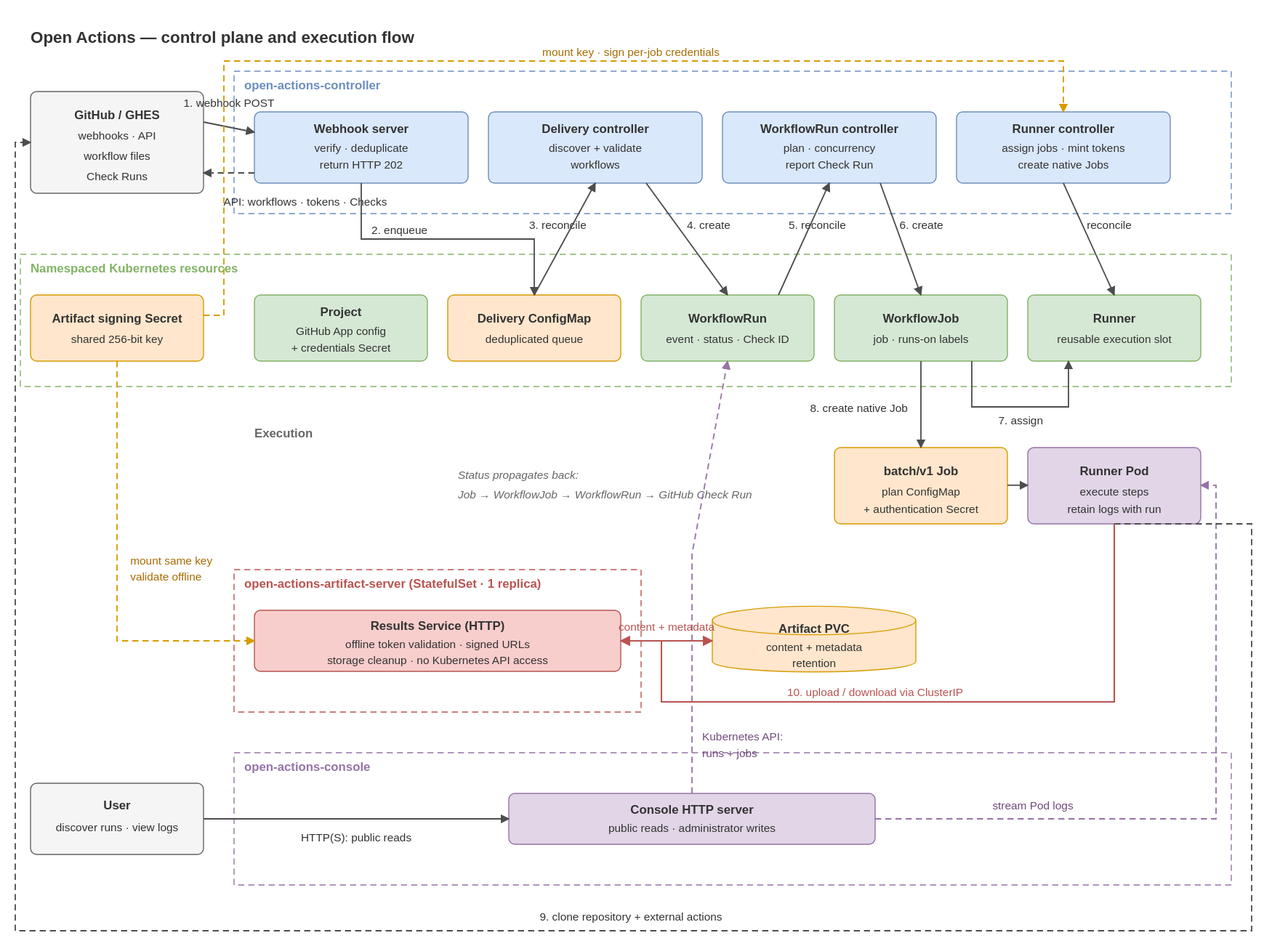
kelos-dev/open-actions keeps this draw.io diagram as docs/architecture.drawio.svg. Above is the earlier version. Source tidied: cells renumbered, new cells last; positions are measured from the earlier drawing's top-left corner, leaving out a move shared by most shapes.
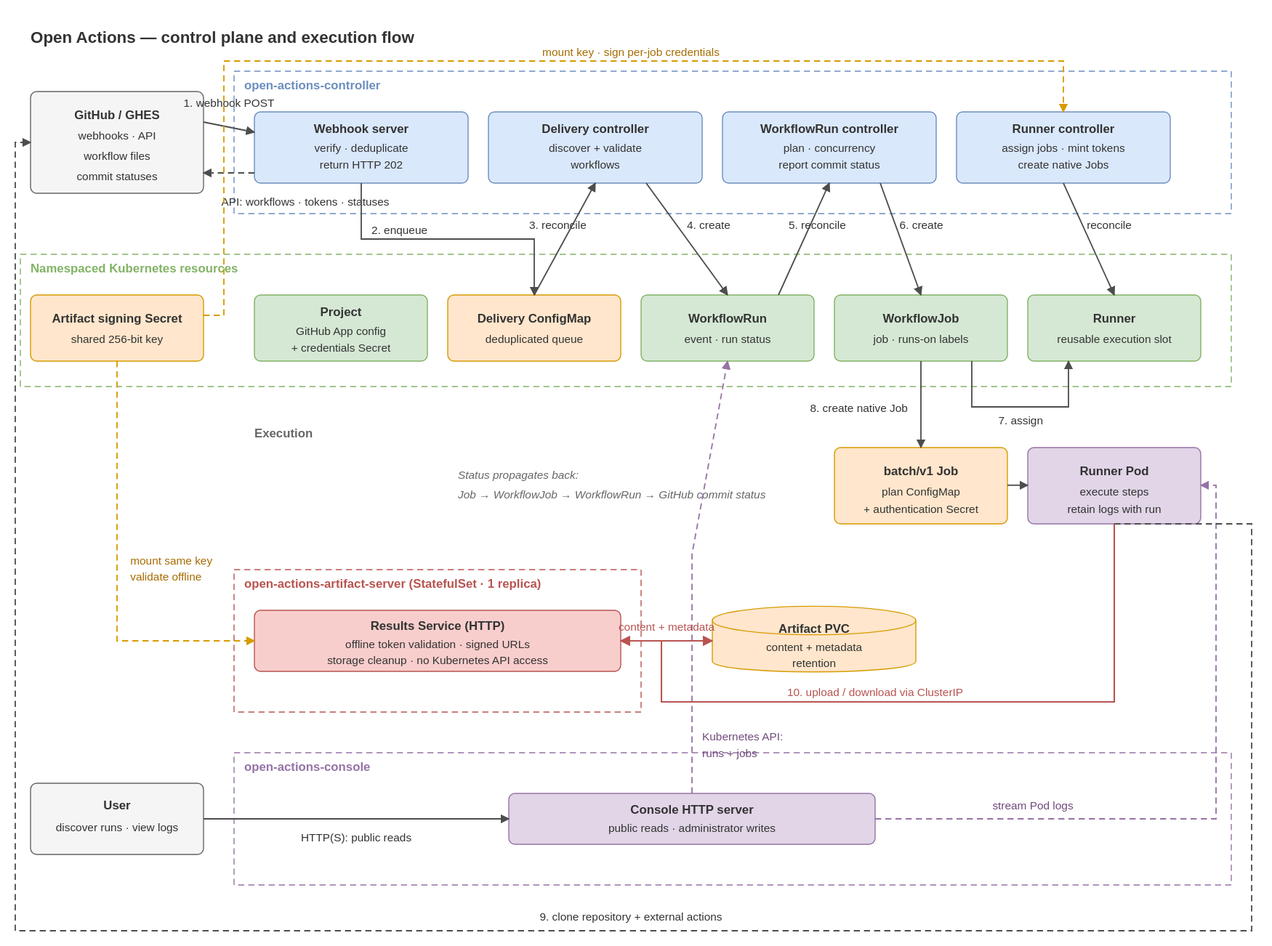
The same diagram one commit later.

Change to the diagram source:
```diff
@@ -17,7 +17,7 @@
     <mxCell id="6" value="open-actions-console" style="rounded=0;html=1;fillColor=none;strokeColor=#9673A6;dashed=1;verticalAlign=top;align=left;spacingLeft=8;spacingTop=2;fontStyle=1;fontColor=#9673A6;" parent="1" vertex="1">
       <mxGeometry x="210" y="720" width="980" height="130" as="geometry" />
     </mxCell>
-    <mxCell id="7" value="&lt;b&gt;GitHub / GHES&lt;/b&gt;&lt;br&gt;webhooks · API&lt;br&gt;workflow files · Check Runs" style="rounded=1;whiteSpace=wrap;html=1;fillColor=#F5F5F5;strokeColor=#666666;fontColor=#333333;fontSize=11;" parent="1" vertex="1">
+    <mxCell id="7" value="&lt;b&gt;GitHub / GHES&lt;/b&gt;&lt;br&gt;webhooks · API&lt;br&gt;workflow files · commit statuses" style="rounded=1;whiteSpace=wrap;html=1;fillColor=#F5F5F5;strokeColor=#666666;fontColor=#333333;fontSize=11;" parent="1" vertex="1">
       <mxGeometry x="10" y="70" width="170" height="100" as="geometry" />
     </mxCell>
     <mxCell id="8" value="&lt;b&gt;User&lt;/b&gt;&lt;br&gt;discover runs · view logs" style="rounded=1;whiteSpace=wrap;html=1;fillColor=#F5F5F5;strokeColor=#666666;fontColor=#333333;fontSize=11;" parent="1" vertex="1">
@@ -29,7 +29,7 @@
     <mxCell id="10" value="&lt;b&gt;Delivery controller&lt;/b&gt;&lt;br&gt;discover + validate&lt;br&gt;workflows" style="rounded=1;whiteSpace=wrap;html=1;fillColor=#DAE8FC;strokeColor=#6C8EBF;fontColor=#333333;fontSize=11;" parent="1" vertex="1">
       <mxGeometry x="460" y="90" width="210" height="70" as="geometry" />
     </mxCell>
-    <mxCell id="11" value="&lt;b&gt;WorkflowRun controller&lt;/b&gt;&lt;br&gt;plan · concurrency&lt;br&gt;report Check Run" style="rounded=1;whiteSpace=wrap;html=1;fillColor=#DAE8FC;strokeColor=#6C8EBF;fontColor=#333333;fontSize=11;" parent="1" vertex="1">
+    <mxCell id="11" value="&lt;b&gt;WorkflowRun controller&lt;/b&gt;&lt;br&gt;plan · concurrency&lt;br&gt;report commit status" style="rounded=1;whiteSpace=wrap;html=1;fillColor=#DAE8FC;strokeColor=#6C8EBF;fontColor=#333333;fontSize=11;" parent="1" vertex="1">
       <mxGeometry x="690" y="90" width="210" height="70" as="geometry" />
     </mxCell>
     <mxCell id="12" value="&lt;b&gt;Runner controller&lt;/b&gt;&lt;br&gt;assign jobs · mint tokens&lt;br&gt;create native Jobs" style="rounded=1;whiteSpace=wrap;html=1;fillColor=#DAE8FC;strokeColor=#6C8EBF;fontColor=#333333;fontSize=11;" parent="1" vertex="1">
@@ -47,7 +47,7 @@
     <mxCell id="16" value="&lt;b&gt;Delivery ConfigMap&lt;/b&gt;&lt;br&gt;deduplicated queue" style="rounded=1;whiteSpace=wrap;html=1;fillColor=#FFE6CC;strokeColor=#D79B00;fontColor=#333333;fontSize=11;" parent="1" vertex="1">
       <mxGeometry x="420" y="270" width="170" height="65" as="geometry" />
     </mxCell>
-    <mxCell id="17" value="&lt;b&gt;WorkflowRun&lt;/b&gt;&lt;br&gt;event · status · Check ID" style="rounded=1;whiteSpace=wrap;html=1;fillColor=#D5E8D4;strokeColor=#82B366;fontColor=#333333;fontSize=11;" parent="1" vertex="1">
+    <mxCell id="17" value="&lt;b&gt;WorkflowRun&lt;/b&gt;&lt;br&gt;event · run status" style="rounded=1;whiteSpace=wrap;html=1;fillColor=#D5E8D4;strokeColor=#82B366;fontColor=#333333;fontSize=11;" parent="1" vertex="1">
       <mxGeometry x="610" y="270" width="170" height="65" as="geometry" />
     </mxCell>
     <mxCell id="18" value="&lt;b&gt;WorkflowJob&lt;/b&gt;&lt;br&gt;job · runs-on labels" style="rounded=1;whiteSpace=wrap;html=1;fillColor=#D5E8D4;strokeColor=#82B366;fontColor=#333333;fontSize=11;" parent="1" vertex="1">
@@ -71,7 +71,7 @@
     <mxCell id="24" value="1. webhook POST" style="edgeStyle=orthogonalEdgeStyle;html=1;strokeColor=#4D4D4D;fontColor=#333333;fontSize=11;" parent="1" edge="1" source="7" target="9">
       <mxGeometry relative="1" as="geometry" />
     </mxCell>
-    <mxCell id="25" value="API: workflows · tokens · Checks" style="edgeStyle=orthogonalEdgeStyle;html=1;dashed=1;strokeColor=#4D4D4D;fontColor=#333333;fontSize=11;" parent="1" edge="1" source="11" target="7">
+    <mxCell id="25" value="API: workflows · tokens · statuses" style="edgeStyle=orthogonalEdgeStyle;html=1;dashed=1;strokeColor=#4D4D4D;fontColor=#333333;fontSize=11;" parent="1" edge="1" source="11" target="7">
       <mxGeometry relative="1" as="geometry" />
     </mxCell>
     <mxCell id="26" value="HTTP(S): public reads" style="edgeStyle=orthogonalEdgeStyle;html=1;strokeColor=#4D4D4D;fontColor=#333333;fontSize=11;" parent="1" edge="1" source="8" target="13">
```
